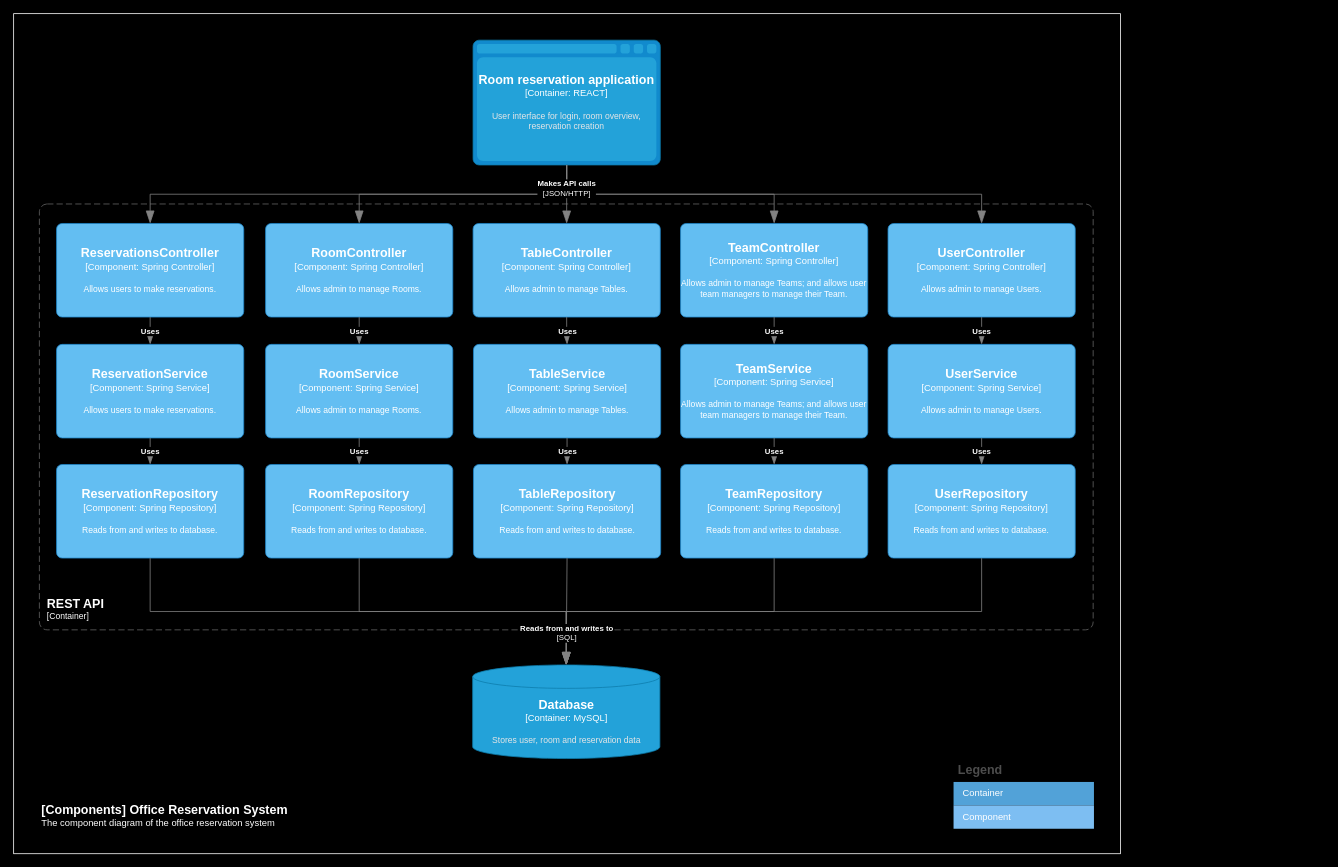
This is page "C3" (3 of 3) of documentation/software-architecture-document/c4-model.drawio from LeHoangNhatMinh14/office-reservation-system, a draw.io file, before an edit. Source tidied: cells renumbered, new cells numbered last; positions are measured from the earlier drawing's top-left corner, leaving out a move shared by most shapes. Both pictures are drawn from the tidied source at 78%, with x=0, y=0 at pixel (13, 13).
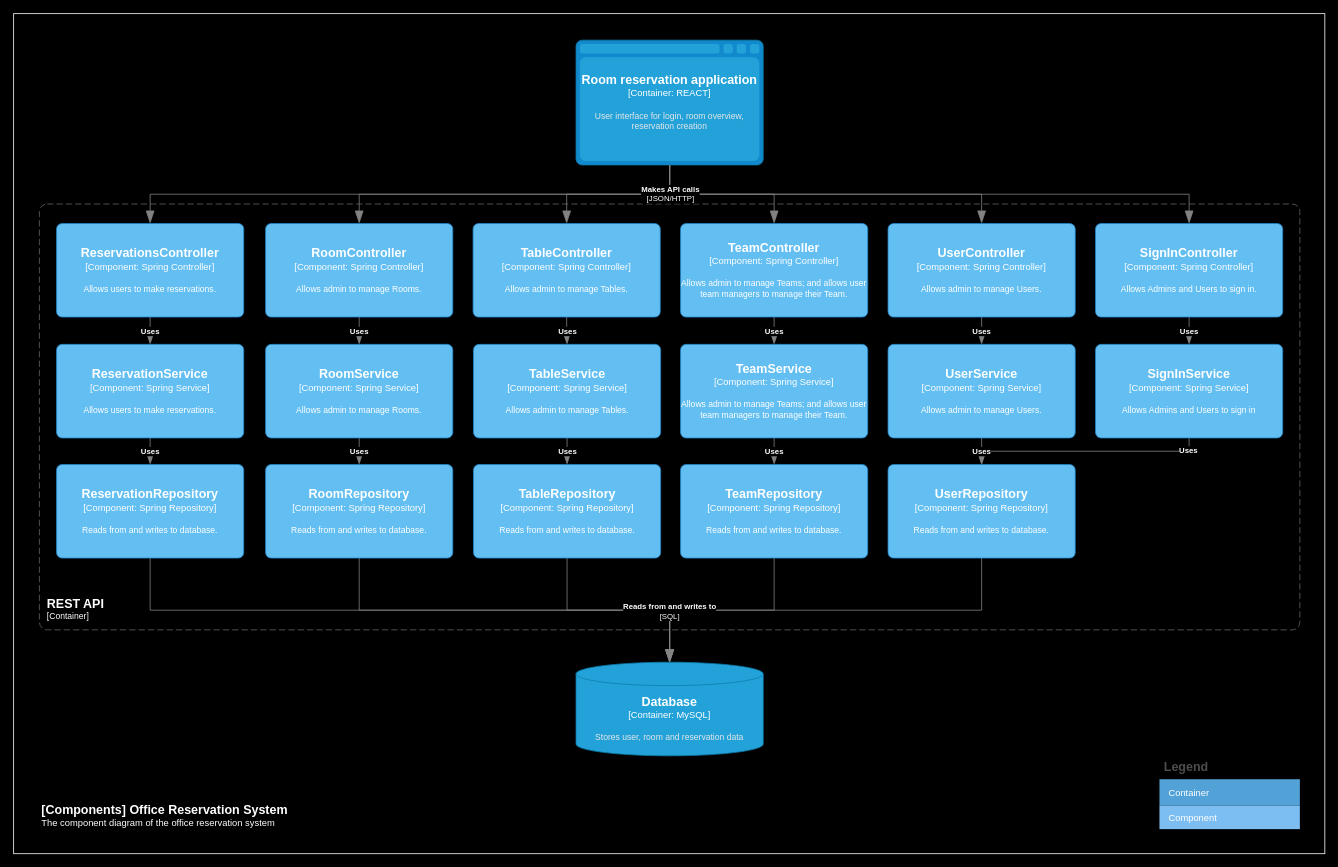
The same page after the edit.

Commit message (it also covers changes not shown here):
Updated SAD; Updated c4-model.drawio; Implemented c4-model.ncp

Unchanged cells that the change refers to:
```xml
<object id="12" label="&lt;font style=&quot;font-size: 16px&quot;&gt;&lt;b&gt;%c4Name%&lt;/b&gt;&lt;/font&gt;&lt;div&gt;[%c4Type%: %c4Technology%]&lt;/div&gt;&lt;br&gt;&lt;div&gt;&lt;font style=&quot;font-size: 11px&quot;&gt;%c4Description%&lt;/font&gt;&lt;/div&gt;" c4Description="Allows admin to manage Tables." c4Name="TableController" c4Technology="Spring Controller" c4Type="Component" placeholders="1">
  <mxCell style="rounded=1;whiteSpace=wrap;html=1;labelBackgroundColor=none;fillColor=#63BEF2;fontColor=#ffffff;align=center;arcSize=6;strokeColor=#2086C9;points=[[0.25,0,0],[0.5,0,0],[0.75,0,0],[1,0.25,0],[1,0.5,0],[1,0.75,0],[0.75,1,0],[0.5,1,0],[0.25,1,0],[0,0.75,0],[0,0.5,0],[0,0.25,0]];" parent="1" vertex="1">
    <mxGeometry x="589" y="269" width="240" height="120" as="geometry" />
  </mxCell>
</object>
<object id="25" label="&lt;font style=&quot;font-size: 16px&quot;&gt;&lt;b&gt;%c4Name%&lt;/b&gt;&lt;/font&gt;&lt;div&gt;[%c4Type%: %c4Technology%]&lt;/div&gt;&lt;br&gt;&lt;div&gt;&lt;font style=&quot;font-size: 11px&quot;&gt;%c4Description%&lt;/font&gt;&lt;/div&gt;" c4Description="Reads from and writes to database." c4Name="TableRepository" c4Technology="Spring Repository" c4Type="Component" placeholders="1">
  <mxCell style="rounded=1;whiteSpace=wrap;html=1;labelBackgroundColor=none;fillColor=#63BEF2;fontColor=#ffffff;align=center;arcSize=6;strokeColor=#2086C9;points=[[0.25,0,0],[0.5,0,0],[0.75,0,0],[1,0.25,0],[1,0.5,0],[1,0.75,0],[0.75,1,0],[0.5,1,0],[0.25,1,0],[0,0.75,0],[0,0.5,0],[0,0.25,0]];" parent="1" vertex="1">
    <mxGeometry x="589.5" y="578" width="240" height="120" as="geometry" />
  </mxCell>
</object>
<object id="27" label="&lt;font style=&quot;font-size: 16px&quot;&gt;&lt;b&gt;%c4Name%&lt;/b&gt;&lt;/font&gt;&lt;div&gt;[%c4Type%: %c4Technology%]&lt;/div&gt;&lt;br&gt;&lt;div&gt;&lt;font style=&quot;font-size: 11px&quot;&gt;%c4Description%&lt;/font&gt;&lt;/div&gt;" c4Description="Reads from and writes to database." c4Name="UserRepository" c4Technology="Spring Repository" c4Type="Component" placeholders="1">
  <mxCell style="rounded=1;whiteSpace=wrap;html=1;labelBackgroundColor=none;fillColor=#63BEF2;fontColor=#ffffff;align=center;arcSize=6;strokeColor=#2086C9;points=[[0.25,0,0],[0.5,0,0],[0.75,0,0],[1,0.25,0],[1,0.5,0],[1,0.75,0],[0.75,1,0],[0.5,1,0],[0.25,1,0],[0,0.75,0],[0,0.5,0],[0,0.25,0]];" parent="1" vertex="1">
    <mxGeometry x="1121" y="578" width="240" height="120" as="geometry" />
  </mxCell>
</object>
```

Change to the diagram source:
```diff
@@
     <mxCell id="2" style="rounded=0;whiteSpace=wrap;html=1;fillColor=#000000;strokeColor=#FFFFFF;" parent="1" vertex="1">
-      <mxGeometry width="1419" height="1077" as="geometry" />
+      <mxGeometry width="1681" height="1077" as="geometry" />
     </mxCell>
     <object id="3" label="&lt;font style=&quot;font-size: 16px&quot;&gt;&lt;b&gt;%c4Name%&lt;/b&gt;&lt;/font&gt;&lt;div&gt;[%c4Type%:&amp;nbsp;%c4Technology%]&lt;/div&gt;&lt;br&gt;&lt;div&gt;&lt;font style=&quot;font-size: 11px&quot;&gt;&lt;font color=&quot;#E6E6E6&quot;&gt;%c4Description%&lt;/font&gt;&lt;/div&gt;" c4Description="User interface for login, room overview, reservation creation" c4Name="Room reservation application" c4Technology="REACT" c4Type="Container" placeholders="1">
       <mxCell style="shape=mxgraph.c4.webBrowserContainer2;whiteSpace=wrap;html=1;boundedLbl=1;rounded=0;labelBackgroundColor=none;strokeColor=#118ACD;fillColor=#23A2D9;strokeColor=#118ACD;strokeColor2=#0E7DAD;fontSize=12;fontColor=#ffffff;align=center;points=[[0.5,0,0],[1,0.25,0],[1,0.5,0],[1,0.75,0],[0.5,1,0],[0,0.75,0],[0,0.5,0],[0,0.25,0]];" parent="1" vertex="1">
-        <mxGeometry x="589" y="34" width="240" height="160" as="geometry" />
+        <mxGeometry x="721" y="34" width="240" height="160" as="geometry" />
       </mxCell>
     </object>
     <object id="4" label="&lt;font style=&quot;font-size: 16px&quot;&gt;&lt;b&gt;%c4Name%&lt;/b&gt;&lt;/font&gt;&lt;div&gt;[%c4Type%:&amp;nbsp;%c4Technology%]&lt;/div&gt;&lt;br&gt;&lt;div&gt;&lt;font style=&quot;font-size: 11px&quot;&gt;&lt;font color=&quot;#E6E6E6&quot;&gt;%c4Description%&lt;/font&gt;&lt;/div&gt;" c4Description="Stores user, room and reservation data" c4Name="Database" c4Technology="MySQL" c4Type="Container" placeholders="1">
       <mxCell style="shape=cylinder3;size=15;whiteSpace=wrap;html=1;boundedLbl=1;rounded=0;labelBackgroundColor=none;fillColor=#23A2D9;fontSize=12;fontColor=#ffffff;align=center;strokeColor=#0E7DAD;points=[[0.5,0,0],[1,0.25,0],[1,0.5,0],[1,0.75,0],[0.5,1,0],[0,0.75,0],[0,0.5,0],[0,0.25,0]];" parent="1" vertex="1">
-        <mxGeometry x="588.5" y="835" width="240" height="120" as="geometry" />
+        <mxGeometry x="721" y="831.5" width="240" height="120" as="geometry" />
       </mxCell>
     </object>
@@
     <mxCell id="6" value="Legend" style="shape=table;startSize=30;childLayout=tableLayout;fontSize=16;align=left;verticalAlign=top;fillColor=none;strokeColor=none;fontColor=#4D4D4D;fontStyle=1;spacingLeft=6;spacing=0;" parent="1" vertex="1">
-      <mxGeometry x="1205" y="955" width="180" height="90" as="geometry" />
+      <mxGeometry x="1469" y="951.5" width="180" height="93.5" as="geometry" />
     </mxCell>
     <mxCell id="7" style="shape=tableRow;horizontal=0;startSize=0;swimlaneHead=0;swimlaneBody=0;strokeColor=inherit;top=0;left=0;bottom=0;right=0;fillColor=none;fontSize=12;" parent="6" vertex="1">
-      <mxGeometry y="30" width="180" height="30" as="geometry" />
+      <mxGeometry y="30" width="180" height="34" as="geometry" />
     </mxCell>
     <mxCell id="8" value="Container" style="shape=partialRectangle;html=1;whiteSpace=wrap;strokeColor=inherit;overflow=hidden;fillColor=#52a2d8;top=0;left=0;bottom=0;right=0;fontSize=12;align=left;fontColor=#FFFFFF;gradientColor=none;spacingLeft=10;spacingRight=4;" parent="7" vertex="1">
-      <mxGeometry width="180" height="30" as="geometry" />
+      <mxGeometry width="180" height="34" as="geometry" />
     </mxCell>
     <mxCell id="9" style="shape=tableRow;horizontal=0;startSize=0;swimlaneHead=0;swimlaneBody=0;strokeColor=inherit;top=0;left=0;bottom=0;right=0;fillColor=none;fontSize=12;" parent="6" vertex="1">
-      <mxGeometry y="60" width="180" height="30" as="geometry" />
+      <mxGeometry y="64" width="180" height="30" as="geometry" />
     </mxCell>
@@
     <object id="11" label="&lt;font style=&quot;font-size: 16px&quot;&gt;&lt;b&gt;&lt;div style=&quot;text-align: left&quot;&gt;%c4Name%&lt;/div&gt;&lt;/b&gt;&lt;/font&gt;&lt;div style=&quot;text-align: left&quot;&gt;[%c4Application%]&lt;/div&gt;" c4Application="Container" c4Name="REST API" placeholders="1">
       <mxCell style="rounded=1;fontSize=11;whiteSpace=wrap;html=1;dashed=1;arcSize=20;fillColor=none;strokeColor=#666666;fontColor=#FFFFFF;labelBackgroundColor=none;align=left;verticalAlign=bottom;labelBorderColor=none;spacingTop=0;spacing=10;dashPattern=8 4;perimeter=rectanglePerimeter;labelPadding=0;absoluteArcSize=1;" parent="1" vertex="1">
-        <mxGeometry x="33" y="244" width="1351" height="546" as="geometry" />
+        <mxGeometry x="33" y="244" width="1616" height="546" as="geometry" />
       </mxCell>
     </object>
@@
+    <object id="48" label="&lt;div style=&quot;text-align: left&quot;&gt;&lt;div style=&quot;text-align: center&quot;&gt;&lt;b&gt;%c4Description%&lt;/b&gt;&lt;/div&gt;&lt;/div&gt;" c4Description="Uses" placeholders="1">
+      <mxCell style="endArrow=blockThin;html=1;fontSize=10;fontColor=#FFFFFF;strokeWidth=1;endFill=1;strokeColor=#828282;elbow=vertical;endSize=14;startSize=14;jumpStyle=arc;jumpSize=16;rounded=0;edgeStyle=orthogonalEdgeStyle;exitX=0.5;exitY=1;exitDx=0;exitDy=0;exitPerimeter=0;entryX=0.5;entryY=0;entryDx=0;entryDy=0;entryPerimeter=0;labelBackgroundColor=#000000;" parent="1" edge="1" source="50" target="27">
+        <mxGeometry x="-0.89" relative="1" as="geometry">
+          <mxPoint x="-1" as="offset" />
+        </mxGeometry>
+      </mxCell>
+    </object>
@@
+    <mxCell id="49" style="endArrow=blockThin;html=1;fontSize=10;fontColor=#404040;strokeWidth=1;endFill=1;strokeColor=#828282;elbow=vertical;endSize=14;startSize=14;jumpStyle=arc;jumpSize=16;rounded=0;edgeStyle=orthogonalEdgeStyle;exitX=0.5;exitY=1;exitDx=0;exitDy=0;exitPerimeter=0;entryX=0.5;entryY=0;entryDx=0;entryDy=0;entryPerimeter=0;" parent="1" edge="1" source="3" target="51">
+      <mxGeometry relative="1" as="geometry" />
+    </mxCell>
@@
     <object id="32" label="&lt;div style=&quot;text-align: left&quot;&gt;&lt;div style=&quot;text-align: center&quot;&gt;&lt;b&gt;%c4Description%&lt;/b&gt;&lt;/div&gt;&lt;div style=&quot;text-align: center&quot;&gt;[%c4Technology%]&lt;/div&gt;&lt;/div&gt;" c4Description="Makes API calls" c4Technology="JSON/HTTP" placeholders="1">
       <mxCell style="endArrow=blockThin;html=1;fontSize=10;fontColor=#FFFFFF;strokeWidth=1;endFill=1;strokeColor=#828282;elbow=vertical;endSize=14;startSize=14;jumpStyle=arc;jumpSize=16;rounded=0;edgeStyle=orthogonalEdgeStyle;exitX=0.5;exitY=1;exitDx=0;exitDy=0;exitPerimeter=0;entryX=0.5;entryY=0;entryDx=0;entryDy=0;entryPerimeter=0;labelBackgroundColor=#000000;" parent="1" edge="1" source="3" target="12">
-        <mxGeometry x="-0.2" relative="1" as="geometry" />
+        <mxGeometry x="-0.64" relative="1" as="geometry">
+          <mxPoint x="1" as="offset" />
+        </mxGeometry>
       </mxCell>
     </object>
@@
     <object id="47" label="&lt;div style=&quot;text-align: left&quot;&gt;&lt;div style=&quot;text-align: center&quot;&gt;&lt;b&gt;%c4Description%&lt;/b&gt;&lt;/div&gt;&lt;div style=&quot;text-align: center&quot;&gt;[%c4Technology%]&lt;/div&gt;&lt;/div&gt;" c4Description="Reads from and writes to" c4Technology="SQL" placeholders="1">
       <mxCell style="endArrow=blockThin;html=1;fontSize=10;fontColor=#FFFFFF;strokeWidth=1;endFill=1;strokeColor=#828282;elbow=vertical;endSize=14;startSize=14;jumpStyle=arc;jumpSize=16;rounded=0;edgeStyle=orthogonalEdgeStyle;exitX=0.5;exitY=1;exitDx=0;exitDy=0;exitPerimeter=0;entryX=0.5;entryY=0;entryDx=0;entryDy=0;entryPerimeter=0;labelBackgroundColor=#000000;" parent="1" edge="1" source="25" target="4">
-        <mxGeometry x="0.42" relative="1" as="geometry">
-          <mxPoint y="-1" as="offset" />
-        </mxGeometry>
+        <mxGeometry x="0.5" relative="1" as="geometry" />
       </mxCell>
     </object>
+    <object id="50" label="&lt;font style=&quot;font-size: 16px&quot;&gt;&lt;b&gt;%c4Name%&lt;/b&gt;&lt;/font&gt;&lt;div&gt;[%c4Type%: %c4Technology%]&lt;/div&gt;&lt;br&gt;&lt;div&gt;&lt;font style=&quot;font-size: 11px&quot;&gt;%c4Description%&lt;/font&gt;&lt;/div&gt;" c4Description="Allows Admins and Users to sign in" c4Name="SignInService" c4Technology="Spring Service" c4Type="Component" placeholders="1">
+      <mxCell style="rounded=1;whiteSpace=wrap;html=1;labelBackgroundColor=none;fillColor=#63BEF2;fontColor=#ffffff;align=center;arcSize=6;strokeColor=#2086C9;points=[[0.25,0,0],[0.5,0,0],[0.75,0,0],[1,0.25,0],[1,0.5,0],[1,0.75,0],[0.75,1,0],[0.5,1,0],[0.25,1,0],[0,0.75,0],[0,0.5,0],[0,0.25,0]];" parent="1" vertex="1">
+        <mxGeometry x="1387" y="424" width="240" height="120" as="geometry" />
+      </mxCell>
+    </object>
+    <object id="51" label="&lt;font style=&quot;font-size: 16px&quot;&gt;&lt;b&gt;%c4Name%&lt;/b&gt;&lt;/font&gt;&lt;div&gt;[%c4Type%: %c4Technology%]&lt;/div&gt;&lt;br&gt;&lt;div&gt;&lt;font style=&quot;font-size: 11px&quot;&gt;%c4Description%&lt;/font&gt;&lt;/div&gt;" c4Description="Allows Admins and Users to sign in." c4Name="SignInController" c4Technology="Spring Controller" c4Type="Component" placeholders="1">
+      <mxCell style="rounded=1;whiteSpace=wrap;html=1;labelBackgroundColor=none;fillColor=#63BEF2;fontColor=#ffffff;align=center;arcSize=6;strokeColor=#2086C9;points=[[0.25,0,0],[0.5,0,0],[0.75,0,0],[1,0.25,0],[1,0.5,0],[1,0.75,0],[0.75,1,0],[0.5,1,0],[0.25,1,0],[0,0.75,0],[0,0.5,0],[0,0.25,0]];" parent="1" vertex="1">
+        <mxGeometry x="1387" y="269" width="240" height="120" as="geometry" />
+      </mxCell>
+    </object>
+    <object id="52" label="&lt;div style=&quot;text-align: left&quot;&gt;&lt;div style=&quot;text-align: center&quot;&gt;&lt;b&gt;%c4Description%&lt;/b&gt;&lt;/div&gt;&lt;/div&gt;" c4Description="Uses" placeholders="1">
+      <mxCell style="endArrow=blockThin;html=1;fontSize=10;fontColor=#FFFFFF;strokeWidth=1;endFill=1;strokeColor=#828282;elbow=vertical;endSize=14;startSize=14;jumpStyle=arc;jumpSize=16;rounded=0;edgeStyle=orthogonalEdgeStyle;labelBackgroundColor=#000000;exitX=0.5;exitY=1;exitDx=0;exitDy=0;exitPerimeter=0;entryX=0.5;entryY=0;entryDx=0;entryDy=0;entryPerimeter=0;" parent="1" edge="1" source="51" target="50">
+        <mxGeometry relative="1" as="geometry" />
+      </mxCell>
+    </object>
```
